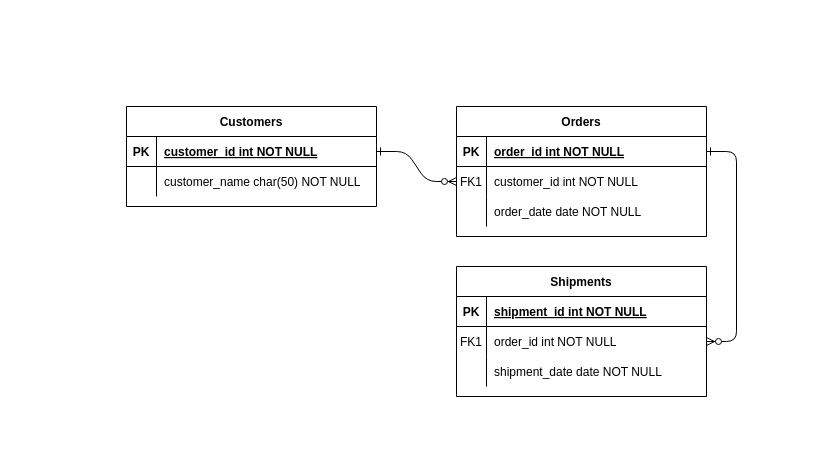
Above: diagram wdrożenia.drawio in blackmen22/e-commerce-43120 (draw.io), before the change. Source tidied: cells renumbered, new cells numbered last; positions are measured from the earlier drawing's top-left corner, leaving out a move shared by most shapes. Both pictures are drawn from the tidied source at 100%, with x=0, y=0 at pixel (126, 106).
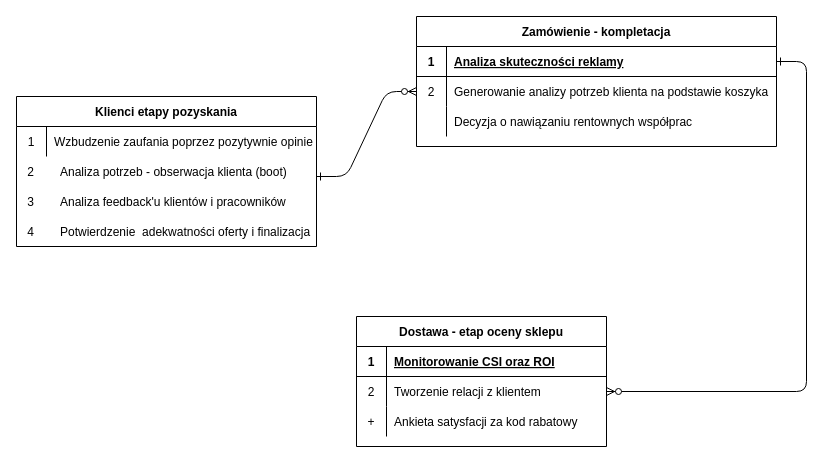
Above is the later version.

Unchanged cells that the change refers to:
```xml
<mxCell id="15" style="shape=partialRectangle;fillColor=none;top=0;left=0;right=0;bottom=1;" parent="14" vertex="1">
  <mxGeometry y="30" width="250" height="30" as="geometry" />
</mxCell>
<mxCell id="18" style="shape=partialRectangle;fillColor=none;points=[[0,0.5],[1,0.5]];portConstraint=eastwest;top=0;left=0;right=0;bottom=0;" parent="14" vertex="1">
  <mxGeometry y="60" width="250" height="30" as="geometry" />
</mxCell>
<mxCell id="21" style="shape=partialRectangle;fillColor=none;top=0;left=0;right=0;bottom=0;" parent="14" vertex="1">
  <mxGeometry y="90" width="250" height="30" as="geometry" />
</mxCell>
```

What changed in the source:
```diff
@@
-    <mxCell id="2" style="edgeStyle=entityRelationEdgeStyle;endArrow=ERzeroToMany;startArrow=ERone;endFill=1;startFill=0;" parent="1" edge="1" source="25" target="8">
-      <mxGeometry relative="1" as="geometry" />
+    <mxCell id="2" style="edgeStyle=entityRelationEdgeStyle;endArrow=ERzeroToMany;startArrow=ERone;endFill=1;startFill=0;" parent="1" edge="1" target="8">
+      <mxGeometry relative="1" as="geometry">
+        <mxPoint x="190" y="70" as="sourcePoint" />
+      </mxGeometry>
     </mxCell>
@@
-    <mxCell id="4" value="Orders" style="shape=table;startSize=30;childLayout=tableLayout;rowLines=0;fontStyle=1;align=center;" parent="1" vertex="1">
-      <mxGeometry x="330" width="250" height="130" as="geometry" />
+    <mxCell id="4" value="Zamówienie - kompletacja" style="shape=table;startSize=30;childLayout=tableLayout;rowLines=0;fontStyle=1;align=center;" parent="1" vertex="1">
+      <mxGeometry x="290" y="-90" width="360" height="130" as="geometry" />
     </mxCell>
     <mxCell id="5" style="shape=partialRectangle;fillColor=none;points=[[0,0.5],[1,0.5]];portConstraint=eastwest;top=0;left=0;right=0;bottom=1;" parent="4" vertex="1">
-      <mxGeometry y="30" width="250" height="30" as="geometry" />
+      <mxGeometry y="30" width="360" height="30" as="geometry" />
     </mxCell>
-    <mxCell id="6" value="PK" style="shape=partialRectangle;overflow=hidden;fillColor=none;top=0;left=0;bottom=0;right=0;fontStyle=1;" parent="5" vertex="1">
+    <mxCell id="6" value="1" style="shape=partialRectangle;overflow=hidden;fillColor=none;top=0;left=0;bottom=0;right=0;fontStyle=1;" parent="5" vertex="1">
       <mxGeometry width="30" height="30" as="geometry" />
     </mxCell>
-    <mxCell id="7" value="order_id int NOT NULL " style="shape=partialRectangle;overflow=hidden;fillColor=none;top=0;left=0;bottom=0;right=0;align=left;spacingLeft=6;fontStyle=5;" parent="5" vertex="1">
-      <mxGeometry x="30" width="220" height="30" as="geometry" />
+    <mxCell id="7" value="Analiza skuteczności reklamy" style="shape=partialRectangle;overflow=hidden;fillColor=none;top=0;left=0;bottom=0;right=0;align=left;spacingLeft=6;fontStyle=5;" parent="5" vertex="1">
+      <mxGeometry x="30" width="330" height="30" as="geometry" />
     </mxCell>
     <mxCell id="8" style="shape=partialRectangle;fillColor=none;points=[[0,0.5],[1,0.5]];portConstraint=eastwest;top=0;left=0;right=0;bottom=0;" parent="4" vertex="1">
-      <mxGeometry y="60" width="250" height="30" as="geometry" />
+      <mxGeometry y="60" width="360" height="30" as="geometry" />
     </mxCell>
-    <mxCell id="9" value="FK1" style="shape=partialRectangle;overflow=hidden;fillColor=none;top=0;left=0;bottom=0;right=0;" parent="8" vertex="1">
+    <mxCell id="9" value="2" style="shape=partialRectangle;overflow=hidden;fillColor=none;top=0;left=0;bottom=0;right=0;" parent="8" vertex="1">
       <mxGeometry width="30" height="30" as="geometry" />
     </mxCell>
-    <mxCell id="10" value="customer_id int NOT NULL" style="shape=partialRectangle;overflow=hidden;fillColor=none;top=0;left=0;bottom=0;right=0;align=left;spacingLeft=6;" parent="8" vertex="1">
-      <mxGeometry x="30" width="220" height="30" as="geometry" />
+    <mxCell id="10" value="Generowanie analizy potrzeb klienta na podstawie koszyka" style="shape=partialRectangle;overflow=hidden;fillColor=none;top=0;left=0;bottom=0;right=0;align=left;spacingLeft=6;" parent="8" vertex="1">
+      <mxGeometry x="30" width="330" height="30" as="geometry" />
     </mxCell>
     <mxCell id="11" style="shape=partialRectangle;fillColor=none;top=0;left=0;right=0;bottom=0;" parent="4" vertex="1">
-      <mxGeometry y="90" width="250" height="30" as="geometry" />
+      <mxGeometry y="90" width="360" height="30" as="geometry" />
     </mxCell>
@@
-    <mxCell id="13" value="order_date date NOT NULL" style="shape=partialRectangle;overflow=hidden;fillColor=none;top=0;left=0;bottom=0;right=0;align=left;spacingLeft=6;" parent="11" vertex="1">
-      <mxGeometry x="30" width="220" height="30" as="geometry" />
+    <mxCell id="13" value="Decyzja o nawiązaniu rentownych współprac" style="shape=partialRectangle;overflow=hidden;fillColor=none;top=0;left=0;bottom=0;right=0;align=left;spacingLeft=6;" parent="11" vertex="1">
+      <mxGeometry x="30" width="330" height="30" as="geometry" />
     </mxCell>
-    <mxCell id="14" value="Shipments" style="shape=table;startSize=30;childLayout=tableLayout;rowLines=0;fontStyle=1;align=center;" parent="1" vertex="1">
-      <mxGeometry x="330" y="160" width="250" height="130" as="geometry" />
+    <mxCell id="14" value="Dostawa - etap oceny sklepu" style="shape=table;startSize=30;childLayout=tableLayout;rowLines=0;fontStyle=1;align=center;" parent="1" vertex="1">
+      <mxGeometry x="230" y="210" width="250" height="130" as="geometry" />
     </mxCell>
@@
-    <mxCell id="16" value="PK" style="shape=partialRectangle;overflow=hidden;fillColor=none;top=0;left=0;bottom=0;right=0;fontStyle=1;" parent="15" vertex="1">
+    <mxCell id="16" value="1" style="shape=partialRectangle;overflow=hidden;fillColor=none;top=0;left=0;bottom=0;right=0;fontStyle=1;" parent="15" vertex="1">
       <mxGeometry width="30" height="30" as="geometry" />
     </mxCell>
-    <mxCell id="17" value="shipment_id int NOT NULL " style="shape=partialRectangle;overflow=hidden;fillColor=none;top=0;left=0;bottom=0;right=0;align=left;spacingLeft=6;fontStyle=5;" parent="15" vertex="1">
+    <mxCell id="17" value="Monitorowanie CSI oraz ROI" style="shape=partialRectangle;overflow=hidden;fillColor=none;top=0;left=0;bottom=0;right=0;align=left;spacingLeft=6;fontStyle=5;" parent="15" vertex="1">
       <mxGeometry x="30" width="220" height="30" as="geometry" />
     </mxCell>
@@
-    <mxCell id="19" value="FK1" style="shape=partialRectangle;overflow=hidden;fillColor=none;top=0;left=0;bottom=0;right=0;" parent="18" vertex="1">
+    <mxCell id="19" value="2" style="shape=partialRectangle;overflow=hidden;fillColor=none;top=0;left=0;bottom=0;right=0;" parent="18" vertex="1">
       <mxGeometry width="30" height="30" as="geometry" />
     </mxCell>
-    <mxCell id="20" value="order_id int NOT NULL" style="shape=partialRectangle;overflow=hidden;fillColor=none;top=0;left=0;bottom=0;right=0;align=left;spacingLeft=6;" parent="18" vertex="1">
+    <mxCell id="20" value="Tworzenie relacji z klientem" style="shape=partialRectangle;overflow=hidden;fillColor=none;top=0;left=0;bottom=0;right=0;align=left;spacingLeft=6;" parent="18" vertex="1">
       <mxGeometry x="30" width="220" height="30" as="geometry" />
     </mxCell>
@@
-    <mxCell id="22" style="shape=partialRectangle;overflow=hidden;fillColor=none;top=0;left=0;bottom=0;right=0;" parent="21" vertex="1">
+    <mxCell id="22" value="+" style="shape=partialRectangle;overflow=hidden;fillColor=none;top=0;left=0;bottom=0;right=0;" parent="21" vertex="1">
       <mxGeometry width="30" height="30" as="geometry" />
     </mxCell>
-    <mxCell id="23" value="shipment_date date NOT NULL" style="shape=partialRectangle;overflow=hidden;fillColor=none;top=0;left=0;bottom=0;right=0;align=left;spacingLeft=6;" parent="21" vertex="1">
+    <mxCell id="23" value="Ankieta satysfacji za kod rabatowy" style="shape=partialRectangle;overflow=hidden;fillColor=none;top=0;left=0;bottom=0;right=0;align=left;spacingLeft=6;" parent="21" vertex="1">
       <mxGeometry x="30" width="220" height="30" as="geometry" />
     </mxCell>
-    <mxCell id="24" value="Customers" style="shape=table;startSize=30;childLayout=tableLayout;rowLines=0;fontStyle=1;align=center;" parent="1" vertex="1">
-      <mxGeometry width="250" height="100" as="geometry" />
+    <mxCell id="24" value="Klienci etapy pozyskania" style="shape=table;startSize=30;childLayout=tableLayout;rowLines=0;fontStyle=1;align=center;" parent="1" vertex="1">
+      <mxGeometry x="-110" y="-10" width="300" height="150" as="geometry" />
     </mxCell>
-    <mxCell id="25" style="shape=partialRectangle;fillColor=none;points=[[0,0.5],[1,0.5]];portConstraint=eastwest;top=0;left=0;right=0;bottom=1;" parent="24" vertex="1">
-      <mxGeometry y="30" width="250" height="30" as="geometry" />
-    </mxCell>
-    <mxCell id="26" value="PK" style="shape=partialRectangle;overflow=hidden;fillColor=none;top=0;left=0;bottom=0;right=0;fontStyle=1;" parent="25" vertex="1">
-      <mxGeometry width="30" height="30" as="geometry" />
-    </mxCell>
-    <mxCell id="27" value="customer_id int NOT NULL " style="shape=partialRectangle;overflow=hidden;fillColor=none;top=0;left=0;bottom=0;right=0;align=left;spacingLeft=6;fontStyle=5;" parent="25" vertex="1">
-      <mxGeometry x="30" width="220" height="30" as="geometry" />
-    </mxCell>
     <mxCell id="28" style="shape=partialRectangle;fillColor=none;top=0;left=0;right=0;bottom=0;" parent="24" vertex="1">
-      <mxGeometry y="60" width="250" height="30" as="geometry" />
+      <mxGeometry y="30" width="300" height="30" as="geometry" />
     </mxCell>
-    <mxCell id="29" style="shape=partialRectangle;overflow=hidden;fillColor=none;top=0;left=0;bottom=0;right=0;" parent="28" vertex="1">
+    <mxCell id="29" value="1" style="shape=partialRectangle;overflow=hidden;fillColor=none;top=0;left=0;bottom=0;right=0;" parent="28" vertex="1">
       <mxGeometry width="30" height="30" as="geometry" />
     </mxCell>
-    <mxCell id="30" value="customer_name char(50) NOT NULL" style="shape=partialRectangle;overflow=hidden;fillColor=none;top=0;left=0;bottom=0;right=0;align=left;spacingLeft=6;" parent="28" vertex="1">
-      <mxGeometry x="30" width="220" height="30" as="geometry" />
+    <mxCell id="30" value="Wzbudzenie zaufania poprzez pozytywnie opinie" style="shape=partialRectangle;overflow=hidden;fillColor=none;top=0;left=0;bottom=0;right=0;align=left;spacingLeft=6;" parent="28" vertex="1">
+      <mxGeometry x="30" width="270" height="30" as="geometry" />
     </mxCell>
+    <mxCell id="31" style="shape=partialRectangle;fillColor=none;top=0;left=0;right=0;bottom=0;" parent="1" vertex="1">
+      <mxGeometry x="-110" y="50" width="300" height="30" as="geometry" />
+    </mxCell>
+    <mxCell id="32" value="2" style="shape=partialRectangle;overflow=hidden;fillColor=none;top=0;left=0;bottom=0;right=0;" parent="31" vertex="1">
+      <mxGeometry width="29" height="30" as="geometry" />
+    </mxCell>
+    <mxCell id="33" value="Analiza potrzeb - obserwacja klienta (boot)" style="shape=partialRectangle;overflow=hidden;fillColor=none;top=0;left=0;bottom=0;right=0;align=left;spacingLeft=6;" parent="31" vertex="1">
+      <mxGeometry x="36" width="264" height="30" as="geometry" />
+    </mxCell>
+    <mxCell id="34" style="shape=partialRectangle;fillColor=none;top=0;left=0;right=0;bottom=0;" parent="1" vertex="1">
+      <mxGeometry x="-110" y="80" width="300" height="30" as="geometry" />
+    </mxCell>
+    <mxCell id="35" value="3" style="shape=partialRectangle;overflow=hidden;fillColor=none;top=0;left=0;bottom=0;right=0;" parent="34" vertex="1">
+      <mxGeometry width="29" height="30" as="geometry" />
+    </mxCell>
+    <mxCell id="36" value="Analiza feedback'u klientów i pracowników" style="shape=partialRectangle;overflow=hidden;fillColor=none;top=0;left=0;bottom=0;right=0;align=left;spacingLeft=6;" parent="34" vertex="1">
+      <mxGeometry x="36" width="264" height="30" as="geometry" />
+    </mxCell>
+    <mxCell id="37" style="shape=partialRectangle;fillColor=none;top=0;left=0;right=0;bottom=0;" parent="1" vertex="1">
+      <mxGeometry x="-110" y="110" width="300" height="30" as="geometry" />
+    </mxCell>
+    <mxCell id="38" value="4" style="shape=partialRectangle;overflow=hidden;fillColor=none;top=0;left=0;bottom=0;right=0;" parent="37" vertex="1">
+      <mxGeometry width="29" height="30" as="geometry" />
+    </mxCell>
+    <mxCell id="39" value="Potwierdzenie  adekwatności oferty i finalizacja" style="shape=partialRectangle;overflow=hidden;fillColor=none;top=0;left=0;bottom=0;right=0;align=left;spacingLeft=6;" parent="37" vertex="1">
+      <mxGeometry x="36" width="264" height="30" as="geometry" />
+    </mxCell>
```
